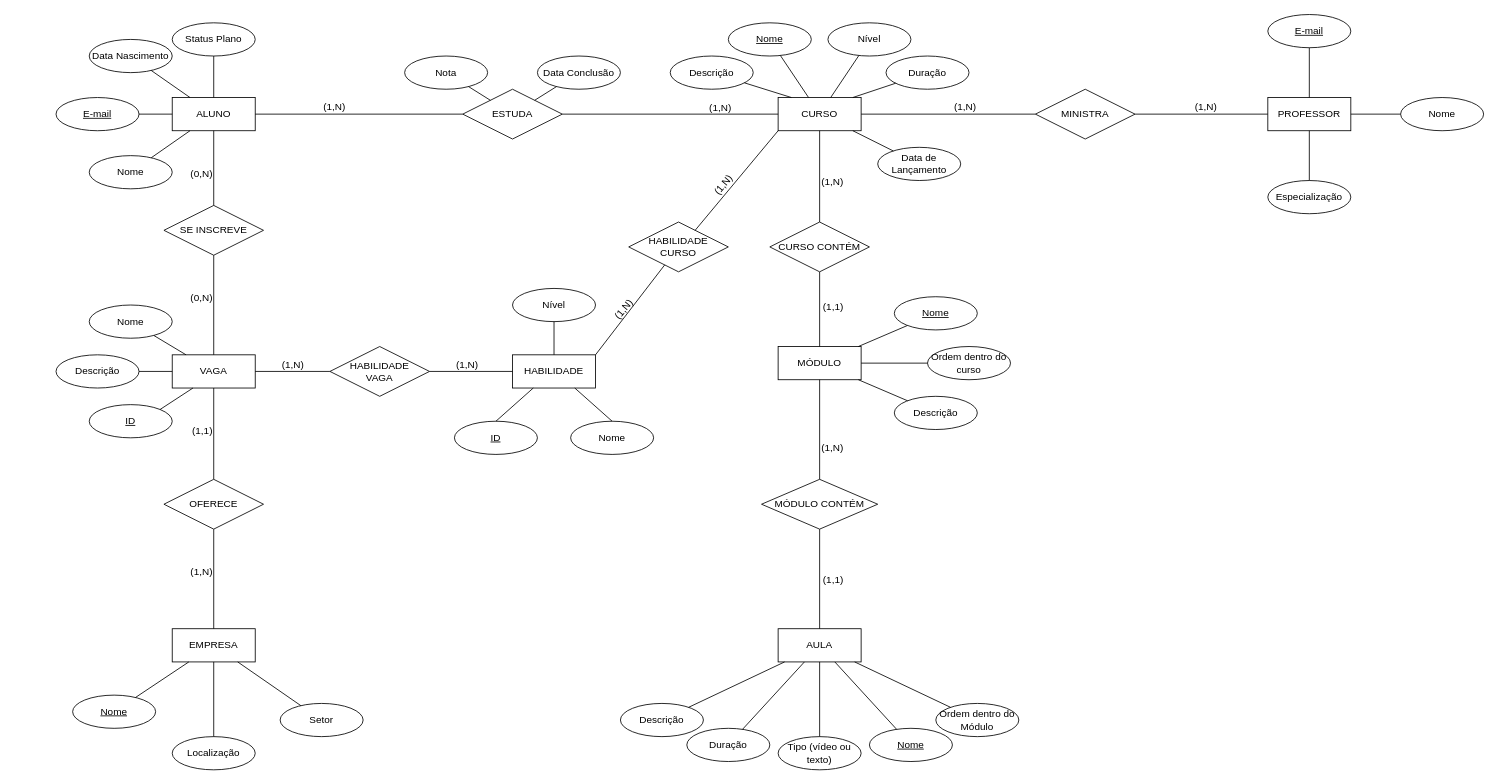
kenjiThiago/ProjetoBD2 keeps this draw.io diagram as Diagrama/diagramaBD.drawio. Above is the earlier version. Source tidied: cells renumbered, new cells numbered last; positions are measured from the earlier drawing's top-left corner, leaving out a move shared by most shapes. Both pictures are drawn from the tidied source at 83%, with x=0, y=0 at pixel (56, 14).
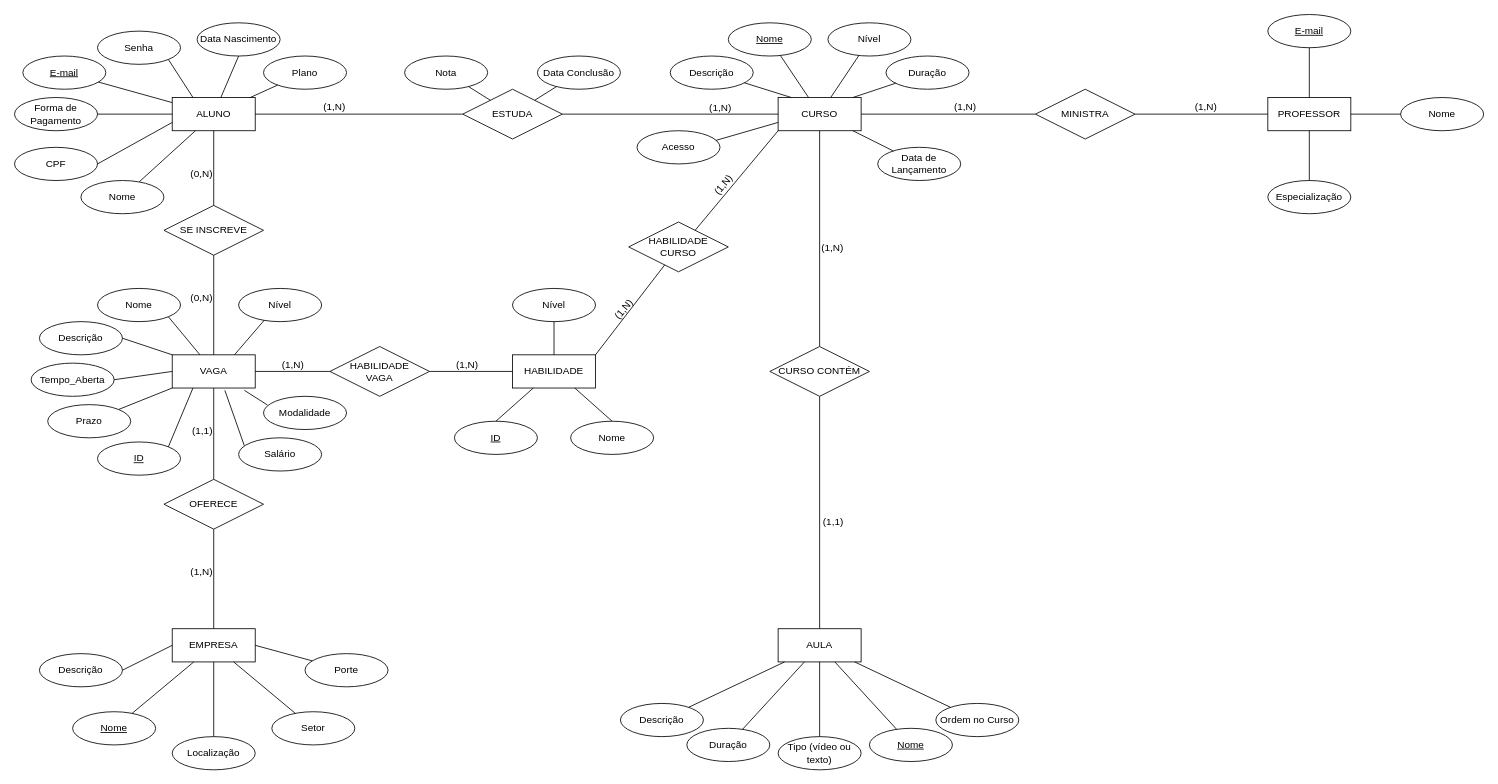
The same page after the edit.

Commit message (it also covers changes not shown here):
Atualização nos diagramas do BD

The change refers to these unchanged cells:
```xml
<mxCell id="2" value="&lt;div&gt;ALUNO&lt;/div&gt;" style="whiteSpace=wrap;html=1;align=center;" parent="1" vertex="1">
  <mxGeometry x="140" y="100" width="100" height="40" as="geometry" />
</mxCell>
<mxCell id="11" value="CURSO" style="whiteSpace=wrap;html=1;align=center;" parent="1" vertex="1">
  <mxGeometry x="870" y="100" width="100" height="40" as="geometry" />
</mxCell>
<mxCell id="35" style="endArrow=none;html=1;rounded=0;" parent="1" edge="1" source="85" target="11">
  <mxGeometry relative="1" as="geometry" />
</mxCell>
<mxCell id="45" value="AULA" style="whiteSpace=wrap;html=1;align=center;" parent="1" vertex="1">
  <mxGeometry x="870" y="740" width="100" height="40" as="geometry" />
</mxCell>
<mxCell id="58" value="EMPRESA" style="whiteSpace=wrap;html=1;align=center;" parent="1" vertex="1">
  <mxGeometry x="140" y="740" width="100" height="40" as="geometry" />
</mxCell>
<mxCell id="62" value="VAGA" style="whiteSpace=wrap;html=1;align=center;" parent="1" vertex="1">
  <mxGeometry x="140" y="410" width="100" height="40" as="geometry" />
</mxCell>
```

What changed in the source:
```diff
@@
     <mxCell id="3" value="&lt;u&gt;E-mail&lt;/u&gt;" style="ellipse;whiteSpace=wrap;html=1;align=center;" parent="1" vertex="1">
-      <mxGeometry y="100" width="100" height="40" as="geometry" />
+      <mxGeometry x="-40" y="50" width="100" height="40" as="geometry" />
     </mxCell>
     <mxCell id="4" value="Data Nascimento" style="ellipse;whiteSpace=wrap;html=1;align=center;" parent="1" vertex="1">
-      <mxGeometry x="40" y="30" width="100" height="40" as="geometry" />
+      <mxGeometry x="170" y="10" width="100" height="40" as="geometry" />
     </mxCell>
-    <mxCell id="5" value="Status Plano" style="ellipse;whiteSpace=wrap;html=1;align=center;" parent="1" vertex="1">
-      <mxGeometry x="140" y="10" width="100" height="40" as="geometry" />
+    <mxCell id="5" value="Plano" style="ellipse;whiteSpace=wrap;html=1;align=center;" parent="1" vertex="1">
+      <mxGeometry x="250" y="50" width="100" height="40" as="geometry" />
     </mxCell>
@@
-    <mxCell id="32" value="MÓDULO" style="whiteSpace=wrap;html=1;align=center;" parent="1" vertex="1">
-      <mxGeometry x="870" y="400" width="100" height="40" as="geometry" />
-    </mxCell>
-    <mxCell id="33" style="endArrow=none;html=1;rounded=0;" parent="1" edge="1" source="85" target="32">
+    <mxCell id="33" style="endArrow=none;html=1;rounded=0;entryX=0.5;entryY=0;entryDx=0;entryDy=0;" parent="1" edge="1" source="85" target="45">
       <mxGeometry relative="1" as="geometry" />
     </mxCell>
-    <mxCell id="34" value="(1,1)" style="html=1;whiteSpace=wrap;align=right;verticalAlign=bottom;" parent="33" vertex="1">
-      <mxGeometry x="1" relative="1" as="geometry">
-        <mxPoint x="30" y="-40" as="offset" />
-      </mxGeometry>
-    </mxCell>
@@
     <mxCell id="36" value="(1,N)" style="html=1;whiteSpace=wrap;align=right;verticalAlign=bottom;" parent="35" vertex="1">
       <mxGeometry x="1" relative="1" as="geometry">
-        <mxPoint x="30" y="70" as="offset" />
+        <mxPoint x="30" y="150" as="offset" />
       </mxGeometry>
     </mxCell>
-    <mxCell id="37" value="Ordem dentro do curso" style="ellipse;whiteSpace=wrap;html=1;align=center;" parent="1" vertex="1">
-      <mxGeometry x="1050" y="400" width="100" height="40" as="geometry" />
-    </mxCell>
-    <mxCell id="38" value="Descrição" style="ellipse;whiteSpace=wrap;html=1;align=center;" parent="1" vertex="1">
-      <mxGeometry x="1010" y="460" width="100" height="40" as="geometry" />
-    </mxCell>
-    <mxCell id="39" style="endArrow=none;html=1;rounded=0;" parent="1" edge="1" source="38" target="32">
-      <mxGeometry relative="1" as="geometry" />
-    </mxCell>
-    <mxCell id="40" style="endArrow=none;html=1;rounded=0;" parent="1" edge="1" source="32" target="37">
-      <mxGeometry relative="1" as="geometry" />
-    </mxCell>
-    <mxCell id="41" style="endArrow=none;html=1;rounded=0;" parent="1" edge="1" source="32" target="57">
-      <mxGeometry relative="1" as="geometry" />
-    </mxCell>
-    <mxCell id="42" value="MÓDULO CONTÉM" style="shape=rhombus;perimeter=rhombusPerimeter;whiteSpace=wrap;html=1;align=center;" parent="1" vertex="1">
-      <mxGeometry x="850" y="560" width="140" height="60" as="geometry" />
-    </mxCell>
-    <mxCell id="43" style="endArrow=none;html=1;rounded=0;" parent="1" edge="1" source="42" target="32">
-      <mxGeometry relative="1" as="geometry" />
-    </mxCell>
-    <mxCell id="44" value="(1,N)" style="html=1;whiteSpace=wrap;align=right;verticalAlign=bottom;" parent="43" vertex="1">
-      <mxGeometry x="1" relative="1" as="geometry">
-        <mxPoint x="30" y="90" as="offset" />
-      </mxGeometry>
-    </mxCell>
@@
-    <mxCell id="46" style="endArrow=none;html=1;rounded=0;entryX=0.5;entryY=0;entryDx=0;entryDy=0;exitX=0.5;exitY=1;exitDx=0;exitDy=0;" parent="1" edge="1" source="42" target="45">
-      <mxGeometry relative="1" as="geometry" />
-    </mxCell>
-    <mxCell id="47" value="(1,1)" style="html=1;whiteSpace=wrap;align=right;verticalAlign=bottom;" parent="46" vertex="1">
-      <mxGeometry x="1" relative="1" as="geometry">
-        <mxPoint x="30" y="-50" as="offset" />
-      </mxGeometry>
-    </mxCell>
-    <mxCell id="48" value="Ordem dentro do Módulo" style="ellipse;whiteSpace=wrap;html=1;align=center;" parent="1" vertex="1">
+    <mxCell id="48" value="Ordem no Curso" style="ellipse;whiteSpace=wrap;html=1;align=center;" parent="1" vertex="1">
       <mxGeometry x="1060" y="830" width="100" height="40" as="geometry" />
     </mxCell>
@@
-    <mxCell id="57" value="Nome" style="ellipse;whiteSpace=wrap;html=1;align=center;fontStyle=4;" parent="1" vertex="1">
-      <mxGeometry x="1010" y="340" width="100" height="40" as="geometry" />
-    </mxCell>
@@
     <mxCell id="59" value="Nome" style="ellipse;whiteSpace=wrap;html=1;align=center;fontStyle=4;" parent="1" vertex="1">
-      <mxGeometry x="20" y="820" width="100" height="40" as="geometry" />
+      <mxGeometry x="20" y="840" width="100" height="40" as="geometry" />
     </mxCell>
     <mxCell id="60" value="Setor" style="ellipse;whiteSpace=wrap;html=1;align=center;" parent="1" vertex="1">
-      <mxGeometry x="270" y="830" width="100" height="40" as="geometry" />
+      <mxGeometry x="260" y="840" width="100" height="40" as="geometry" />
     </mxCell>
@@
     <mxCell id="68" value="Nome" style="ellipse;whiteSpace=wrap;html=1;align=center;" parent="1" vertex="1">
-      <mxGeometry x="40" y="350" width="100" height="40" as="geometry" />
+      <mxGeometry x="50" y="330" width="100" height="40" as="geometry" />
     </mxCell>
@@
-    <mxCell id="70" style="endArrow=none;html=1;rounded=0;" parent="1" edge="1" source="62" target="68">
+    <mxCell id="70" style="endArrow=none;html=1;rounded=0;entryX=1;entryY=1;entryDx=0;entryDy=0;" parent="1" edge="1" source="62" target="68">
       <mxGeometry relative="1" as="geometry" />
     </mxCell>
@@
     <mxCell id="75" value="Nome" style="ellipse;whiteSpace=wrap;html=1;align=center;fontStyle=0;" parent="1" vertex="1">
-      <mxGeometry x="40" y="170" width="100" height="40" as="geometry" />
+      <mxGeometry x="30" y="200" width="100" height="40" as="geometry" />
     </mxCell>
@@
-    <mxCell id="80" style="endArrow=none;html=1;rounded=0;" parent="1" edge="1" source="4" target="2">
+    <mxCell id="80" style="endArrow=none;html=1;rounded=0;exitX=0.5;exitY=1;exitDx=0;exitDy=0;" parent="1" edge="1" source="4" target="2">
       <mxGeometry relative="1" as="geometry" />
     </mxCell>
@@
     <mxCell id="85" value="CURSO CONTÉM" style="shape=rhombus;perimeter=rhombusPerimeter;whiteSpace=wrap;html=1;align=center;" parent="1" vertex="1">
-      <mxGeometry x="860" y="250" width="120" height="60" as="geometry" />
+      <mxGeometry x="860" y="400" width="120" height="60" as="geometry" />
     </mxCell>
@@
     <mxCell id="92" value="Descrição" style="ellipse;whiteSpace=wrap;html=1;align=center;" parent="1" vertex="1">
-      <mxGeometry y="410" width="100" height="40" as="geometry" />
+      <mxGeometry x="-20" y="370" width="100" height="40" as="geometry" />
     </mxCell>
     <mxCell id="93" value="&lt;u&gt;ID&lt;/u&gt;" style="ellipse;whiteSpace=wrap;html=1;align=center;" parent="1" vertex="1">
-      <mxGeometry x="40" y="470" width="100" height="40" as="geometry" />
+      <mxGeometry x="50" y="515" width="100" height="40" as="geometry" />
     </mxCell>
@@
-    <mxCell id="106" style="endArrow=none;html=1;rounded=0;entryX=1;entryY=0.5;entryDx=0;entryDy=0;exitX=0;exitY=0.5;exitDx=0;exitDy=0;" parent="1" edge="1" source="62" target="92">
+    <mxCell id="106" style="endArrow=none;html=1;rounded=0;entryX=1;entryY=0.5;entryDx=0;entryDy=0;exitX=0;exitY=0;exitDx=0;exitDy=0;" parent="1" edge="1" source="62" target="92">
       <mxGeometry relative="1" as="geometry" />
     </mxCell>
@@
+    <mxCell id="113" value="(1,1)" style="html=1;whiteSpace=wrap;align=right;verticalAlign=bottom;" parent="1" vertex="1">
+      <mxGeometry x="950" y="620" as="geometry" />
+    </mxCell>
+    <mxCell id="114" value="Senha" style="ellipse;whiteSpace=wrap;html=1;align=center;" parent="1" vertex="1">
+      <mxGeometry x="50" y="20" width="100" height="40" as="geometry" />
+    </mxCell>
+    <mxCell id="115" style="endArrow=none;html=1;rounded=0;exitX=1;exitY=1;exitDx=0;exitDy=0;entryX=0.25;entryY=0;entryDx=0;entryDy=0;" parent="1" edge="1" source="114" target="2">
+      <mxGeometry relative="1" as="geometry" />
+    </mxCell>
+    <mxCell id="116" value="Forma de Pagamento" style="ellipse;whiteSpace=wrap;html=1;align=center;" parent="1" vertex="1">
+      <mxGeometry x="-50" y="100" width="100" height="40" as="geometry" />
+    </mxCell>
+    <mxCell id="117" style="endArrow=none;html=1;rounded=0;exitX=1;exitY=0.5;exitDx=0;exitDy=0;entryX=0;entryY=0.5;entryDx=0;entryDy=0;" parent="1" edge="1" source="116" target="2">
+      <mxGeometry relative="1" as="geometry" />
+    </mxCell>
+    <mxCell id="118" value="CPF" style="ellipse;whiteSpace=wrap;html=1;align=center;" parent="1" vertex="1">
+      <mxGeometry x="-50" y="160" width="100" height="40" as="geometry" />
+    </mxCell>
+    <mxCell id="119" style="endArrow=none;html=1;rounded=0;exitX=1;exitY=0.5;exitDx=0;exitDy=0;entryX=0;entryY=0.75;entryDx=0;entryDy=0;" parent="1" edge="1" source="118" target="2">
+      <mxGeometry relative="1" as="geometry" />
+    </mxCell>
+    <mxCell id="120" value="Acesso" style="ellipse;whiteSpace=wrap;html=1;align=center;" parent="1" vertex="1">
+      <mxGeometry x="700" y="140" width="100" height="40" as="geometry" />
+    </mxCell>
+    <mxCell id="121" style="endArrow=none;html=1;rounded=0;exitX=0.952;exitY=0.29;exitDx=0;exitDy=0;entryX=0;entryY=0.75;entryDx=0;entryDy=0;exitPerimeter=0;" parent="1" edge="1" source="120" target="11">
+      <mxGeometry relative="1" as="geometry" />
+    </mxCell>
+    <mxCell id="122" value="Porte" style="ellipse;whiteSpace=wrap;html=1;align=center;" parent="1" vertex="1">
+      <mxGeometry x="300" y="770" width="100" height="40" as="geometry" />
+    </mxCell>
+    <mxCell id="123" style="endArrow=none;html=1;rounded=0;entryX=1;entryY=0.5;entryDx=0;entryDy=0;" parent="1" edge="1" source="122" target="58">
+      <mxGeometry relative="1" as="geometry" />
+    </mxCell>
+    <mxCell id="124" value="Salário" style="ellipse;whiteSpace=wrap;html=1;align=center;" parent="1" vertex="1">
+      <mxGeometry x="220" y="510" width="100" height="40" as="geometry" />
+    </mxCell>
+    <mxCell id="125" style="endArrow=none;html=1;rounded=0;entryX=0.634;entryY=1.069;entryDx=0;entryDy=0;entryPerimeter=0;exitX=0.069;exitY=0.238;exitDx=0;exitDy=0;exitPerimeter=0;" parent="1" edge="1" source="124" target="62">
+      <mxGeometry relative="1" as="geometry" />
+    </mxCell>
+    <mxCell id="38" value="Descrição" style="ellipse;whiteSpace=wrap;html=1;align=center;" parent="1" vertex="1">
+      <mxGeometry x="-20" y="770" width="100" height="40" as="geometry" />
+    </mxCell>
+    <mxCell id="126" style="endArrow=none;html=1;rounded=0;exitX=1;exitY=0.5;exitDx=0;exitDy=0;entryX=0;entryY=0.5;entryDx=0;entryDy=0;" parent="1" edge="1" source="38" target="58">
+      <mxGeometry relative="1" as="geometry" />
+    </mxCell>
+    <mxCell id="127" value="Tempo_Aberta" style="ellipse;whiteSpace=wrap;html=1;align=center;" parent="1" vertex="1">
+      <mxGeometry x="-30" y="420" width="100" height="40" as="geometry" />
+    </mxCell>
+    <mxCell id="128" style="endArrow=none;html=1;rounded=0;exitX=1;exitY=0.5;exitDx=0;exitDy=0;entryX=0;entryY=0.5;entryDx=0;entryDy=0;" parent="1" edge="1" source="127" target="62">
+      <mxGeometry relative="1" as="geometry" />
+    </mxCell>
+    <mxCell id="129" value="Prazo" style="ellipse;whiteSpace=wrap;html=1;align=center;" parent="1" vertex="1">
+      <mxGeometry x="-10" y="470" width="100" height="40" as="geometry" />
+    </mxCell>
+    <mxCell id="130" style="endArrow=none;html=1;rounded=0;exitX=1;exitY=0;exitDx=0;exitDy=0;entryX=0;entryY=1;entryDx=0;entryDy=0;" parent="1" edge="1" source="129" target="62">
+      <mxGeometry relative="1" as="geometry" />
+    </mxCell>
+    <mxCell id="131" value="Modalidade" style="ellipse;whiteSpace=wrap;html=1;align=center;" parent="1" vertex="1">
+      <mxGeometry x="250" y="460" width="100" height="40" as="geometry" />
+    </mxCell>
+    <mxCell id="132" style="endArrow=none;html=1;rounded=0;exitX=0.046;exitY=0.26;exitDx=0;exitDy=0;entryX=0.869;entryY=1.069;entryDx=0;entryDy=0;entryPerimeter=0;exitPerimeter=0;" parent="1" edge="1" source="131" target="62">
+      <mxGeometry relative="1" as="geometry" />
+    </mxCell>
+    <mxCell id="133" value="Nível" style="ellipse;whiteSpace=wrap;html=1;align=center;" parent="1" vertex="1">
+      <mxGeometry x="220" y="330" width="100" height="40" as="geometry" />
+    </mxCell>
+    <mxCell id="134" style="endArrow=none;html=1;rounded=0;exitX=0.311;exitY=0.951;exitDx=0;exitDy=0;entryX=0.75;entryY=0;entryDx=0;entryDy=0;exitPerimeter=0;" parent="1" edge="1" source="133" target="62">
+      <mxGeometry relative="1" as="geometry" />
+    </mxCell>
```
